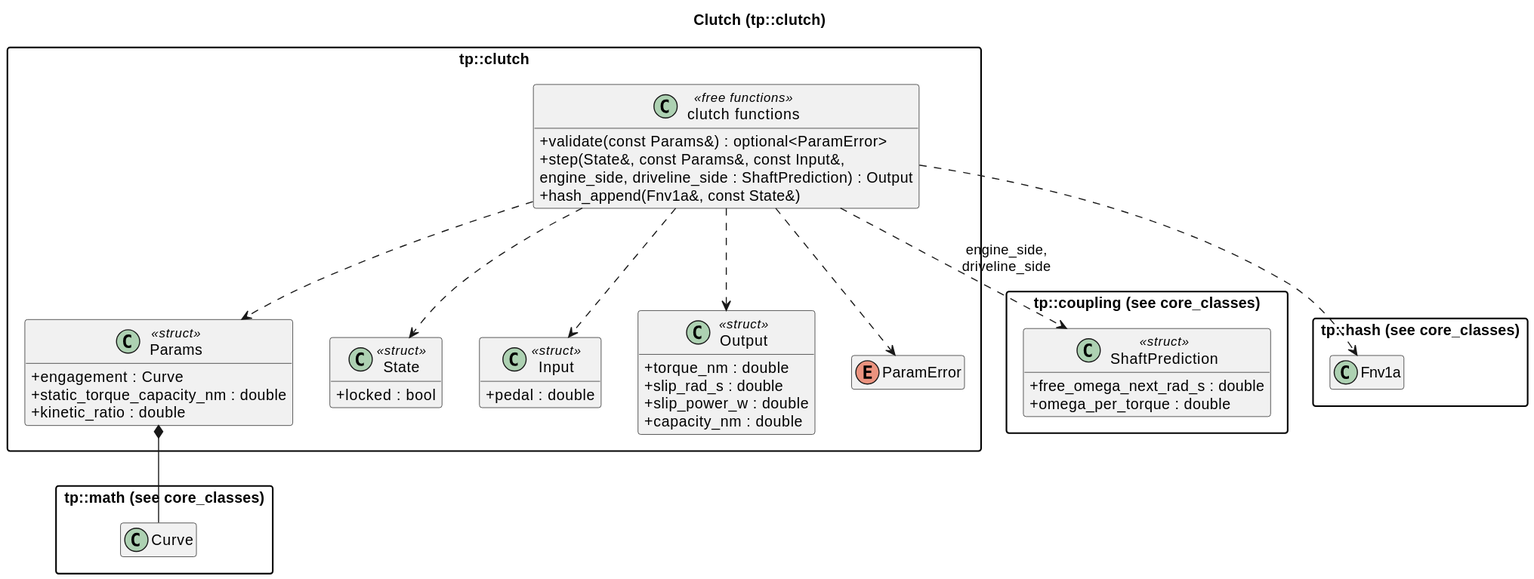
Above: docs/diagrams/svg/clutch_classes.svg in wversteeg/TractorPulling (PlantUML), before the change.
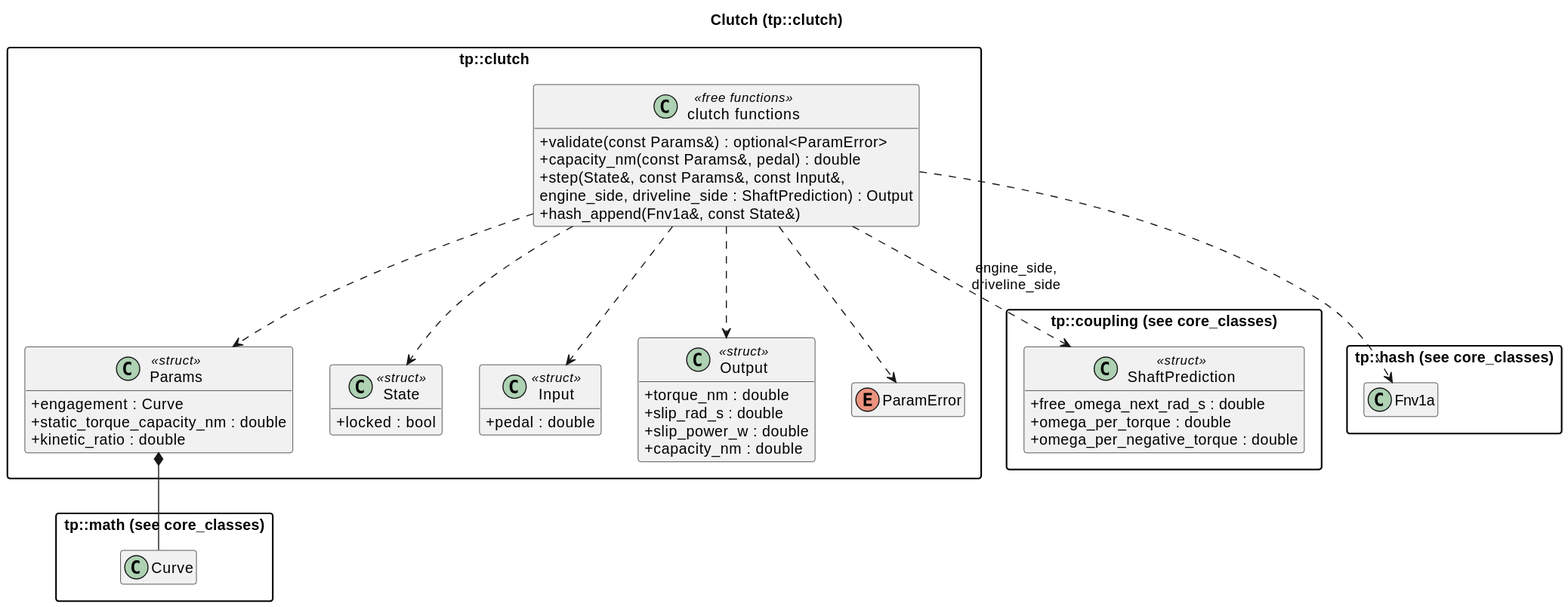
The same diagram one commit later.

Commit message:
Let shafts respond differently to driving and braking torque

Change to the diagram source:
```diff
@@ -11,6 +11,7 @@
   class ShaftPrediction <<struct>> {
     +free_omega_next_rad_s : double
     +omega_per_torque : double
+    +omega_per_negative_torque : double
   }
 }
 package "tp::hash (see core_classes)" {
@@ -38,6 +39,7 @@
     enum "ParamError" as ClutchParamError
     class "clutch functions" as ClutchFns <<free functions>> {
       +validate(const Params&) : optional<ParamError>
+      +capacity_nm(const Params&, pedal) : double
       +step(State&, const Params&, const Input&,
             engine_side, driveline_side : ShaftPrediction) : Output
       +hash_append(Fnv1a&, const State&)
```
